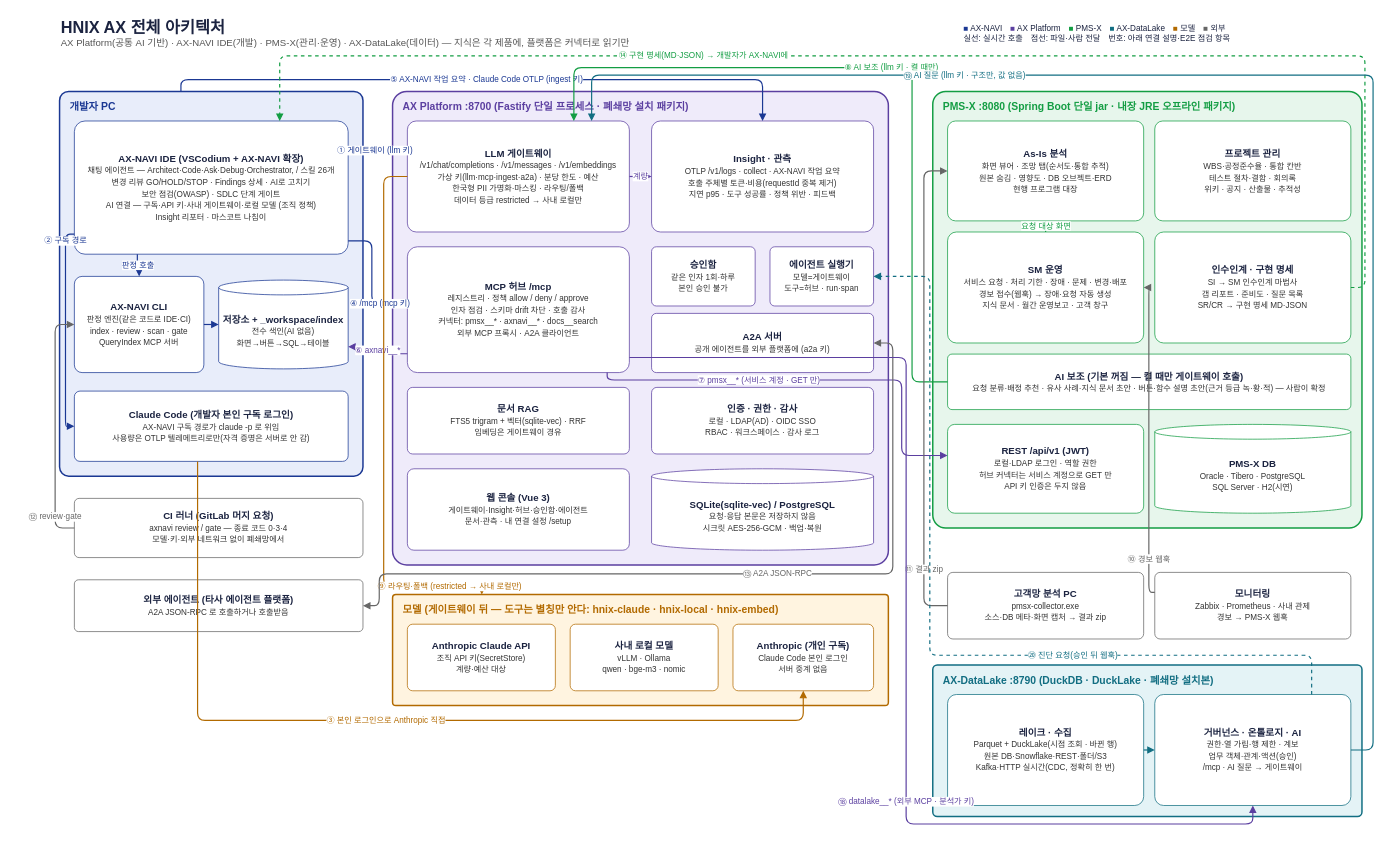
This is page "1. 전체 아키텍처" (1 of 2) of download/hnix-ax-architecture.drawio from Malburi/hnix-ax-site, a draw.io file, before an edit. Source tidied: cells renumbered, new cells numbered last; positions are measured from the earlier drawing's top-left corner, leaving out a move shared by most shapes. Both pictures are drawn from the tidied source at 74%, with x=0, y=0 at pixel (55, 13).
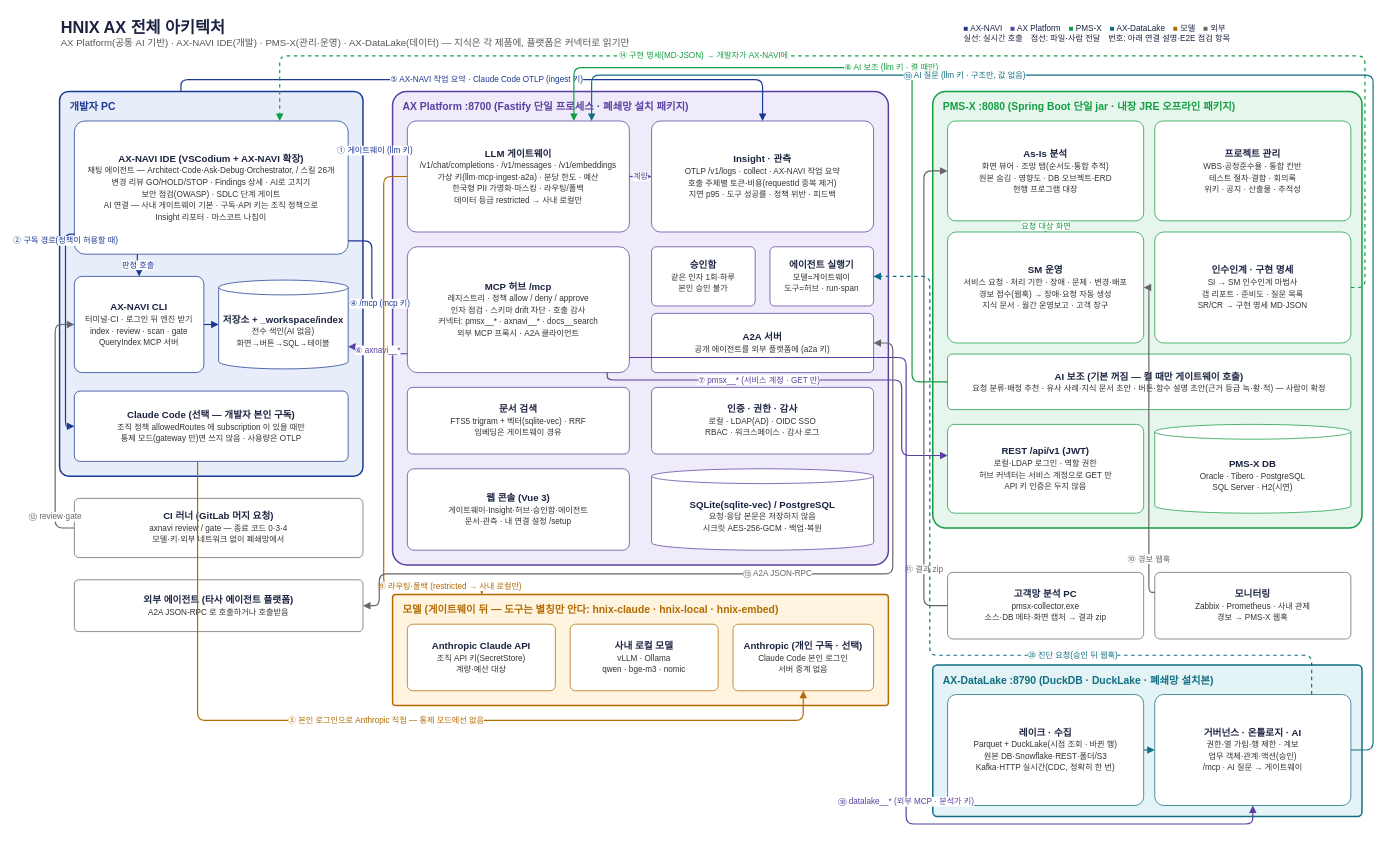
After the change.

What changed in the source:
```diff
@@
-    <mxCell id="5" value="&lt;b&gt;AX-NAVI IDE  (VSCodium + AX-NAVI 확장)&lt;/b&gt;&lt;br&gt;&lt;font style='font-size:11px' color='#333333'&gt;채팅 에이전트 — Architect·Code·Ask·Debug·Orchestrator, / 스킬 26개&lt;/font&gt;&lt;br&gt;&lt;font style='font-size:11px' color='#333333'&gt;변경 리뷰 GO/HOLD/STOP · Findings 상세 · AI로 고치기&lt;/font&gt;&lt;br&gt;&lt;font style='font-size:11px' color='#333333'&gt;보안 점검(OWASP) · SDLC 단계 게이트&lt;/font&gt;&lt;br&gt;&lt;font style='font-size:11px' color='#333333'&gt;AI 연결 — 구독·API 키·사내 게이트웨이·로컬 모델 (조직 정책)&lt;/font&gt;&lt;br&gt;&lt;font style='font-size:11px' color='#333333'&gt;Insight 리포터 · 마스코트 나침이&lt;/font&gt;" style="rounded=1;arcSize=8;whiteSpace=wrap;html=1;strokeColor=#1B3893;fillColor=#FFFFFF;fontSize=13;fontColor=#1B2340;" parent="1" vertex="1">
+    <mxCell id="5" value="&lt;b&gt;AX-NAVI IDE  (VSCodium + AX-NAVI 확장)&lt;/b&gt;&lt;br&gt;&lt;font style='font-size:11px' color='#333333'&gt;채팅 에이전트 — Architect·Code·Ask·Debug·Orchestrator, / 스킬 26개&lt;/font&gt;&lt;br&gt;&lt;font style='font-size:11px' color='#333333'&gt;변경 리뷰 GO/HOLD/STOP · Findings 상세 · AI로 고치기&lt;/font&gt;&lt;br&gt;&lt;font style='font-size:11px' color='#333333'&gt;보안 점검(OWASP) · SDLC 단계 게이트&lt;/font&gt;&lt;br&gt;&lt;font style='font-size:11px' color='#333333'&gt;AI 연결 — 사내 게이트웨이 기본 · 구독·API 키는 조직 정책으로&lt;/font&gt;&lt;br&gt;&lt;font style='font-size:11px' color='#333333'&gt;Insight 리포터 · 마스코트 나침이&lt;/font&gt;" style="rounded=1;arcSize=8;whiteSpace=wrap;html=1;strokeColor=#1B3893;fillColor=#FFFFFF;fontSize=13;fontColor=#1B2340;" parent="1" vertex="1">
       <mxGeometry x="26" y="146" width="370" height="180" as="geometry" />
     </mxCell>
-    <mxCell id="6" value="&lt;b&gt;AX-NAVI CLI&lt;/b&gt;&lt;br&gt;&lt;font style='font-size:11px' color='#333333'&gt;판정 엔진(같은 코드로 IDE·CI)&lt;/font&gt;&lt;br&gt;&lt;font style='font-size:11px' color='#333333'&gt;index · review · scan · gate&lt;/font&gt;&lt;br&gt;&lt;font style='font-size:11px' color='#333333'&gt;QueryIndex MCP 서버&lt;/font&gt;" style="rounded=1;arcSize=8;whiteSpace=wrap;html=1;strokeColor=#1B3893;fillColor=#FFFFFF;fontSize=13;fontColor=#1B2340;" parent="1" vertex="1">
+    <mxCell id="6" value="&lt;b&gt;AX-NAVI CLI&lt;/b&gt;&lt;br&gt;&lt;font style='font-size:11px' color='#333333'&gt;터미널·CI · 로그인 뒤 엔진 받기&lt;/font&gt;&lt;br&gt;&lt;font style='font-size:11px' color='#333333'&gt;index · review · scan · gate&lt;/font&gt;&lt;br&gt;&lt;font style='font-size:11px' color='#333333'&gt;QueryIndex MCP 서버&lt;/font&gt;" style="rounded=1;arcSize=8;whiteSpace=wrap;html=1;strokeColor=#1B3893;fillColor=#FFFFFF;fontSize=13;fontColor=#1B2340;" parent="1" vertex="1">
       <mxGeometry x="26" y="356" width="175" height="130" as="geometry" />
     </mxCell>
@@
-    <mxCell id="8" value="&lt;b&gt;Claude Code (개발자 본인 구독 로그인)&lt;/b&gt;&lt;br&gt;&lt;font style='font-size:11px' color='#333333'&gt;AX-NAVI 구독 경로가 claude -p 로 위임&lt;/font&gt;&lt;br&gt;&lt;font style='font-size:11px' color='#333333'&gt;사용량은 OTLP 텔레메트리로만(자격 증명은 서버로 안 감)&lt;/font&gt;" style="rounded=1;arcSize=8;whiteSpace=wrap;html=1;strokeColor=#1B3893;fillColor=#FFFFFF;fontSize=13;fontColor=#1B2340;" parent="1" vertex="1">
+    <mxCell id="8" value="&lt;b&gt;Claude Code (선택 — 개발자 본인 구독)&lt;/b&gt;&lt;br&gt;&lt;font style='font-size:11px' color='#333333'&gt;조직 정책 allowedRoutes 에 subscription 이 있을 때만&lt;/font&gt;&lt;br&gt;&lt;font style='font-size:11px' color='#333333'&gt;통제 모드(gateway 만)면 쓰지 않음 · 사용량은 OTLP&lt;/font&gt;" style="rounded=1;arcSize=8;whiteSpace=wrap;html=1;strokeColor=#1B3893;fillColor=#FFFFFF;fontSize=13;fontColor=#1B2340;" parent="1" vertex="1">
       <mxGeometry x="26" y="511" width="370" height="95" as="geometry" />
     </mxCell>
@@
-    <mxCell id="18" value="&lt;b&gt;문서 RAG&lt;/b&gt;&lt;br&gt;&lt;font style='font-size:11px' color='#333333'&gt;FTS5 trigram + 벡터(sqlite-vec) · RRF&lt;/font&gt;&lt;br&gt;&lt;font style='font-size:11px' color='#333333'&gt;임베딩은 게이트웨이 경유&lt;/font&gt;" style="rounded=1;arcSize=8;whiteSpace=wrap;html=1;strokeColor=#5B3FA0;fillColor=#FFFFFF;fontSize=13;fontColor=#1B2340;" parent="1" vertex="1">
+    <mxCell id="18" value="&lt;b&gt;문서 검색&lt;/b&gt;&lt;br&gt;&lt;font style='font-size:11px' color='#333333'&gt;FTS5 trigram + 벡터(sqlite-vec) · RRF&lt;/font&gt;&lt;br&gt;&lt;font style='font-size:11px' color='#333333'&gt;임베딩은 게이트웨이 경유&lt;/font&gt;" style="rounded=1;arcSize=8;whiteSpace=wrap;html=1;strokeColor=#5B3FA0;fillColor=#FFFFFF;fontSize=13;fontColor=#1B2340;" parent="1" vertex="1">
       <mxGeometry x="476" y="506" width="300" height="90" as="geometry" />
     </mxCell>
@@
-    <mxCell id="35" value="&lt;b&gt;Anthropic (개인 구독)&lt;/b&gt;&lt;br&gt;&lt;font style='font-size:11px' color='#333333'&gt;Claude Code 본인 로그인&lt;/font&gt;&lt;br&gt;&lt;font style='font-size:11px' color='#333333'&gt;서버 중계 없음&lt;/font&gt;" style="rounded=1;arcSize=8;whiteSpace=wrap;html=1;strokeColor=#B26A00;fillColor=#FFFFFF;fontSize=13;fontColor=#1B2340;" parent="1" vertex="1">
+    <mxCell id="35" value="&lt;b&gt;Anthropic (개인 구독 · 선택)&lt;/b&gt;&lt;br&gt;&lt;font style='font-size:11px' color='#333333'&gt;Claude Code 본인 로그인&lt;/font&gt;&lt;br&gt;&lt;font style='font-size:11px' color='#333333'&gt;서버 중계 없음&lt;/font&gt;" style="rounded=1;arcSize=8;whiteSpace=wrap;html=1;strokeColor=#B26A00;fillColor=#FFFFFF;fontSize=13;fontColor=#1B2340;" parent="1" vertex="1">
       <mxGeometry x="916" y="826" width="190" height="90" as="geometry" />
     </mxCell>
@@
-    <mxCell id="40" value="② 구독 경로" style="edgeStyle=orthogonalEdgeStyle;rounded=1;html=1;strokeColor=#1B3893;strokeWidth=1.6;fontSize=11;fontColor=#1B3893;labelBackgroundColor=#FFFFFF;endArrow=block;endFill=1;exitX=0;exitY=0.85;exitDx=0;exitDy=0;entryX=0;entryY=0.5;entryDx=0;entryDy=0;" parent="1" edge="1" source="5" target="8">
+    <mxCell id="40" value="② 구독 경로(정책이 허용할 때)" style="edgeStyle=orthogonalEdgeStyle;rounded=1;html=1;strokeColor=#1B3893;strokeWidth=1.6;fontSize=11;fontColor=#1B3893;labelBackgroundColor=#FFFFFF;endArrow=block;endFill=1;exitX=0;exitY=0.85;exitDx=0;exitDy=0;entryX=0;entryY=0.5;entryDx=0;entryDy=0;" parent="1" edge="1" source="5" target="8">
       <mxGeometry x="-0.85" relative="1" as="geometry">
         <Array as="points">
           <mxPoint x="14" y="299" />
           <mxPoint x="14" y="558" />
         </Array>
       </mxGeometry>
     </mxCell>
-    <mxCell id="41" value="③ 본인 로그인으로 Anthropic 직접" style="edgeStyle=orthogonalEdgeStyle;rounded=1;html=1;strokeColor=#B26A00;strokeWidth=1.6;fontSize=11;fontColor=#B26A00;labelBackgroundColor=#FFFFFF;endArrow=block;endFill=1;exitX=0.45;exitY=1;exitDx=0;exitDy=0;entryX=0.5;entryY=1;entryDx=0;entryDy=0;" parent="1" edge="1" source="8" target="35">
+    <mxCell id="41" value="③ 본인 로그인으로 Anthropic 직접 — 통제 모드에선 없음" style="edgeStyle=orthogonalEdgeStyle;rounded=1;html=1;strokeColor=#B26A00;strokeWidth=1.6;fontSize=11;fontColor=#B26A00;labelBackgroundColor=#FFFFFF;endArrow=block;endFill=1;exitX=0.45;exitY=1;exitDx=0;exitDy=0;entryX=0.5;entryY=1;entryDx=0;entryDy=0;" parent="1" edge="1" source="8" target="35">
       <mxGeometry relative="1" as="geometry">
         <Array as="points">
           <mxPoint x="193" y="956" />
           <mxPoint x="1011" y="956" />
         </Array>
       </mxGeometry>
     </mxCell>
```
